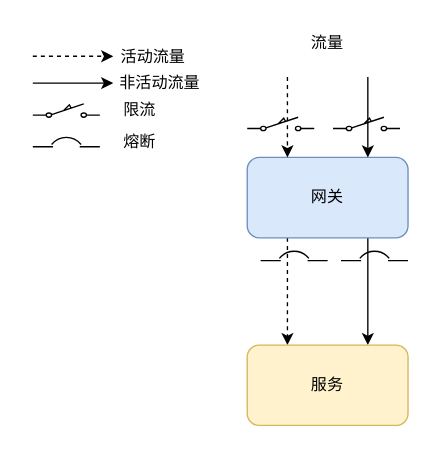
novayoung/draw keeps this draw.io diagram as im/业务系统高可用-隔离1.drawio. Above is the earlier version. Source tidied: cells renumbered, new cells numbered last; positions are measured from the earlier drawing's top-left corner, leaving out a move shared by most shapes. Both pictures are drawn from the tidied source at 134%, with x=0, y=0 at pixel (32, 23).
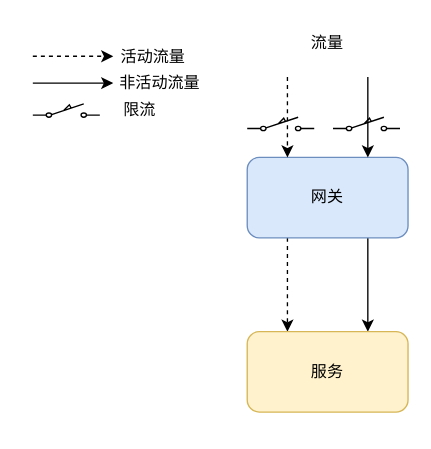
The same diagram, later.

Commit message (it also covers changes not shown here):
更新业务系统高可用-隔离1.drawio

Change to the diagram source:
```diff
@@
     <mxCell id="11" value="服务" style="rounded=1;whiteSpace=wrap;html=1;fillColor=#fff2cc;strokeColor=#d6b656;" parent="1" vertex="1">
-      <mxGeometry x="160" y="240" width="120" height="60" as="geometry" />
+      <mxGeometry x="160" y="230" width="120" height="60" as="geometry" />
     </mxCell>
@@
-    <mxCell id="15" style="verticalLabelPosition=bottom;shadow=0;dashed=0;align=center;html=1;verticalAlign=top;shape=mxgraph.electrical.miscellaneous.circuit_breaker;" parent="1" vertex="1">
-      <mxGeometry x="170" y="170" width="50" height="7" as="geometry" />
-    </mxCell>
-    <mxCell id="16" style="verticalLabelPosition=bottom;shadow=0;dashed=0;align=center;html=1;verticalAlign=top;shape=mxgraph.electrical.miscellaneous.circuit_breaker;" parent="1" vertex="1">
-      <mxGeometry x="230" y="170" width="50" height="7" as="geometry" />
-    </mxCell>
@@
-    <mxCell id="18" style="verticalLabelPosition=bottom;shadow=0;dashed=0;align=center;html=1;verticalAlign=top;shape=mxgraph.electrical.miscellaneous.circuit_breaker;" parent="1" vertex="1">
-      <mxGeometry y="85" width="50" height="7" as="geometry" />
-    </mxCell>
@@
-    <mxCell id="20" value="熔断" style="text;html=1;strokeColor=none;fillColor=none;align=center;verticalAlign=middle;whiteSpace=wrap;rounded=0;" parent="1" vertex="1">
-      <mxGeometry x="60" y="73.5" width="40" height="30" as="geometry" />
-    </mxCell>
```
